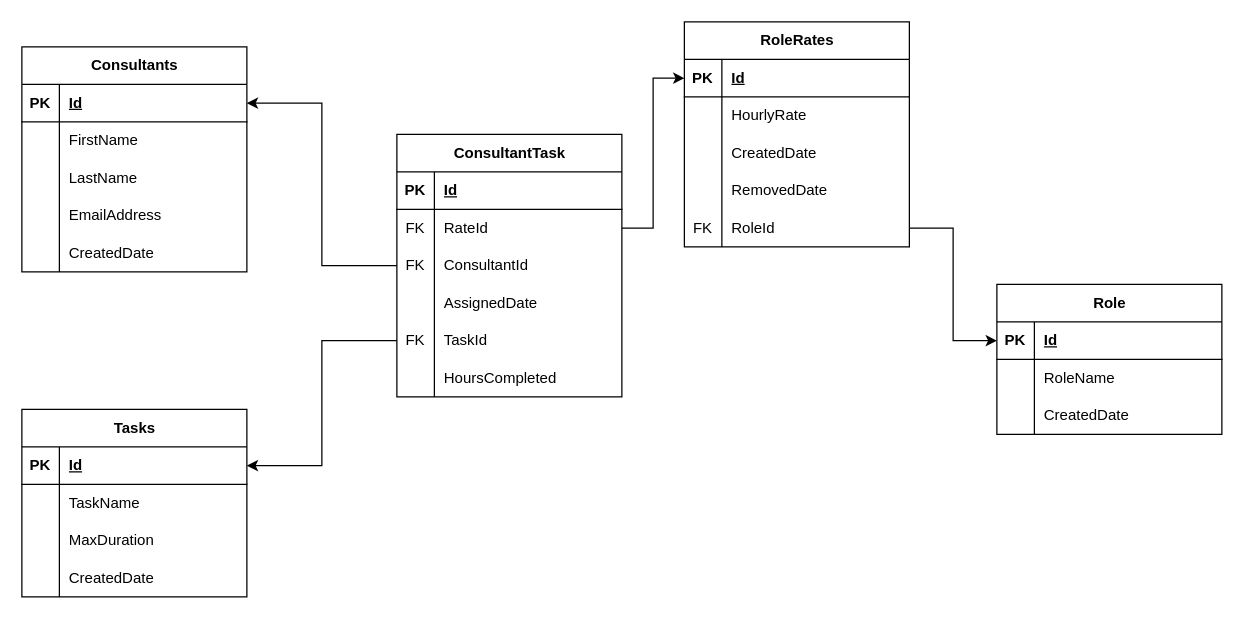
Before: src/employee-management/Documentation/Database Schema.drawio in ovayomatiwane/employee-management-system, a draw.io diagram. Source tidied: cells renumbered, new cells numbered last; positions are measured from the earlier drawing's top-left corner, leaving out a move shared by most shapes. Both pictures are drawn from the tidied source at 125%, with x=0, y=0 at pixel (21, 21).
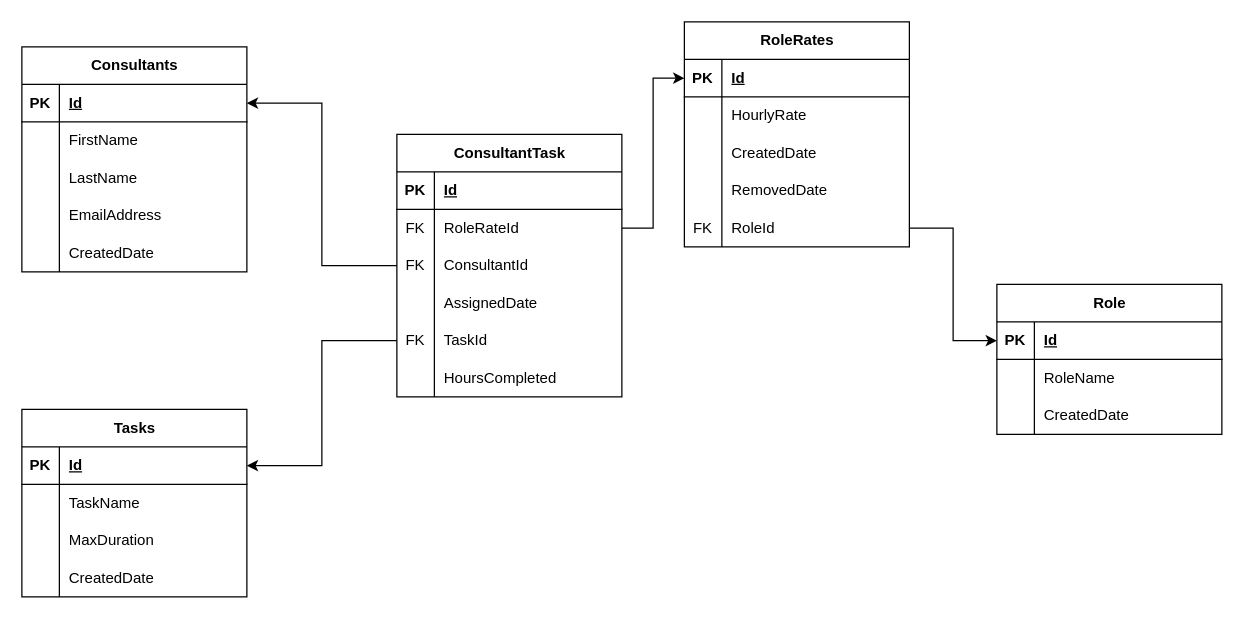
The same diagram, later.

Commit message (it also covers changes not shown here):
Schema and context

The change refers to these unchanged cells:
```xml
<mxCell id="38" style="shape=tableRow;horizontal=0;startSize=0;swimlaneHead=0;swimlaneBody=0;fillColor=none;points=[[0,0.5],[1,0.5]];portConstraint=eastwest;top=0;left=0;right=0;bottom=0;" parent="34" vertex="1">
  <mxGeometry y="60" width="180" height="30" as="geometry" />
</mxCell>
```

What changed in the source:
```diff
@@
-    <mxCell id="40" value="RateId" style="shape=partialRectangle;fillColor=none;top=0;left=0;bottom=0;right=0;align=left;spacingLeft=6;overflow=hidden;whiteSpace=wrap;html=1;" parent="38" vertex="1">
+    <mxCell id="40" value="RoleRateId" style="shape=partialRectangle;fillColor=none;top=0;left=0;bottom=0;right=0;align=left;spacingLeft=6;overflow=hidden;whiteSpace=wrap;html=1;" parent="38" vertex="1">
       <mxGeometry x="30" width="150" height="30" as="geometry" />
     </mxCell>
```
